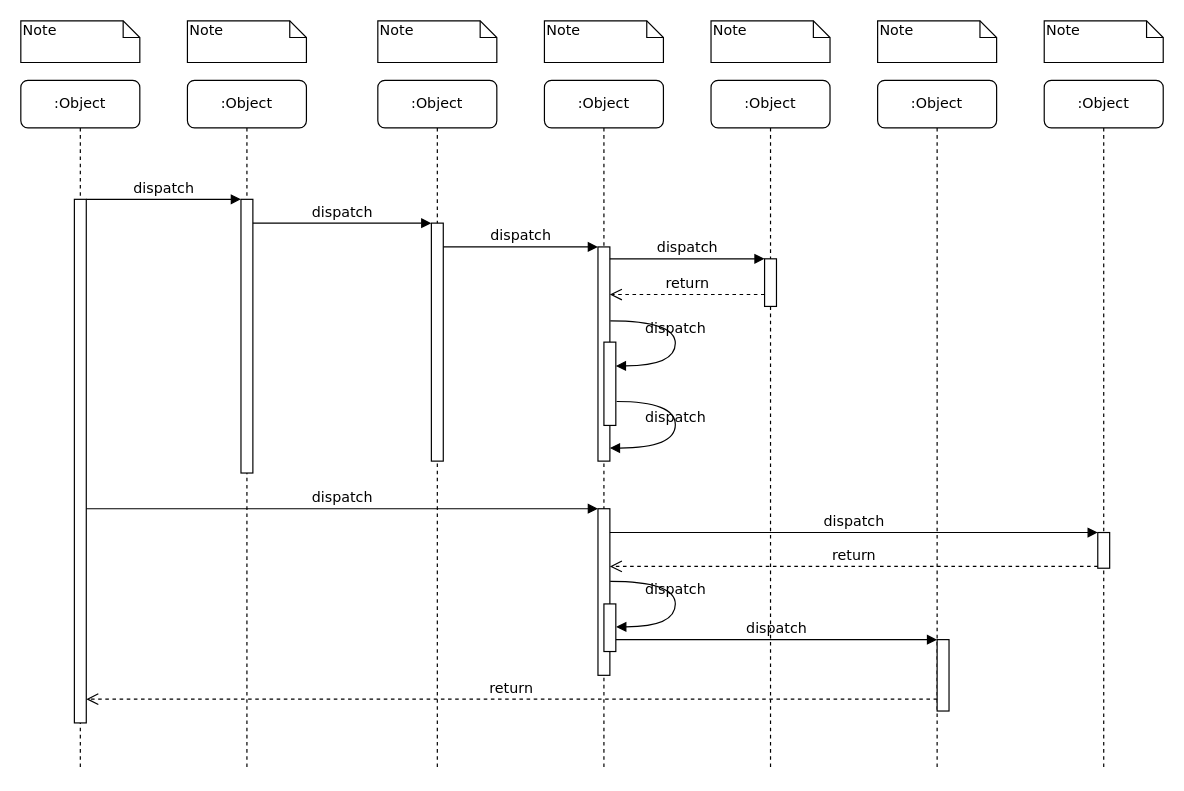
This is Диаграмма без названия.drawio from AleksandrChukhleb/test, a draw.io file, before an edit. Source tidied: cells renumbered, new cells numbered last; positions are measured from the earlier drawing's top-left corner, leaving out a move shared by most shapes. Both pictures are drawn from the tidied source at 119%, with x=0, y=0 at pixel (20, 20).
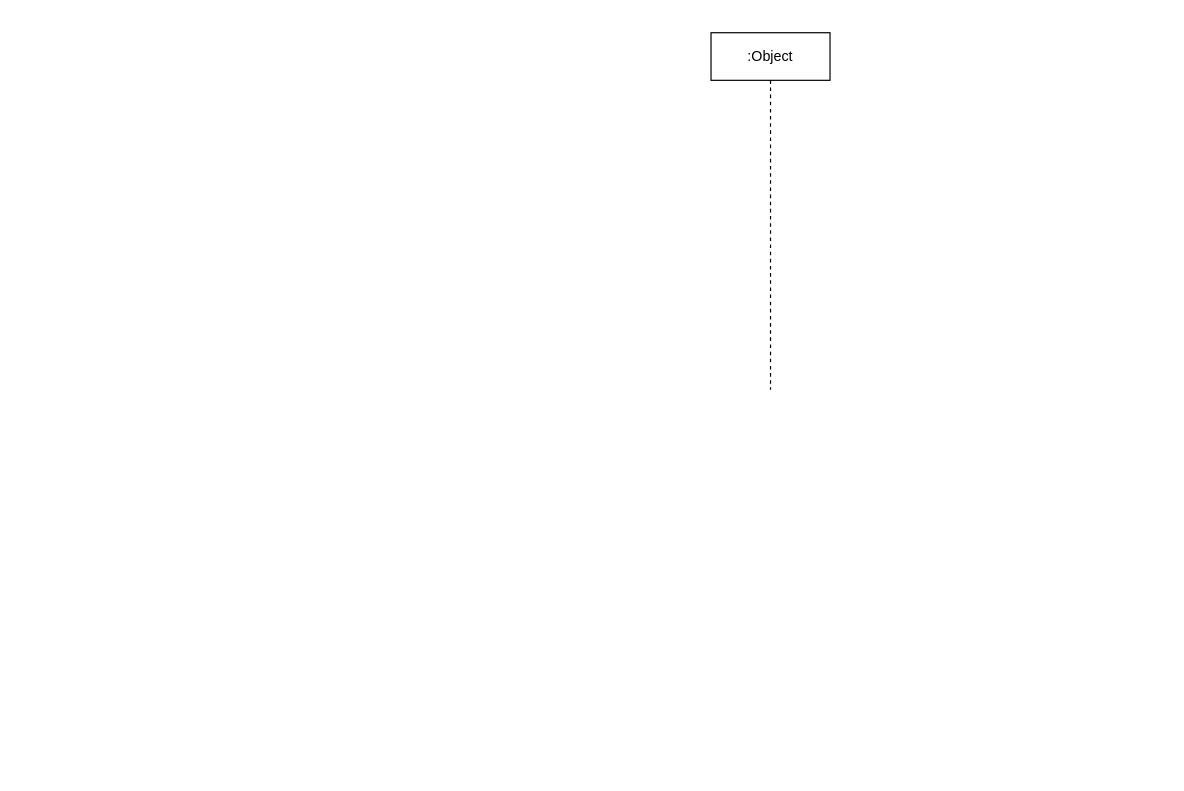
The same page after the edit.

Diff of the diagram source:
```diff
@@
-    <mxCell id="2" value=":Object" style="shape=umlLifeline;perimeter=lifelinePerimeter;whiteSpace=wrap;html=1;rounded=1;shadow=0;comic=0;labelBackgroundColor=none;strokeWidth=1;fontFamily=Verdana;fontSize=12;align=center;" parent="1" vertex="1">
-      <mxGeometry x="140" y="50" width="100" height="580" as="geometry" />
-    </mxCell>
-    <mxCell id="3" style="html=1;points=[];perimeter=orthogonalPerimeter;rounded=0;shadow=0;comic=0;labelBackgroundColor=none;strokeWidth=1;fontFamily=Verdana;fontSize=12;align=center;" parent="2" vertex="1">
-      <mxGeometry x="45" y="100" width="10" height="230" as="geometry" />
-    </mxCell>
-    <mxCell id="4" value=":Object" style="shape=umlLifeline;perimeter=lifelinePerimeter;whiteSpace=wrap;html=1;rounded=1;shadow=0;comic=0;labelBackgroundColor=none;strokeWidth=1;fontFamily=Verdana;fontSize=12;align=center;" parent="1" vertex="1">
-      <mxGeometry x="300" y="50" width="100" height="580" as="geometry" />
-    </mxCell>
-    <mxCell id="5" style="html=1;points=[];perimeter=orthogonalPerimeter;rounded=0;shadow=0;comic=0;labelBackgroundColor=none;strokeWidth=1;fontFamily=Verdana;fontSize=12;align=center;" parent="4" vertex="1">
-      <mxGeometry x="45" y="120" width="10" height="200" as="geometry" />
-    </mxCell>
-    <mxCell id="6" value=":Object" style="shape=umlLifeline;perimeter=lifelinePerimeter;whiteSpace=wrap;html=1;rounded=1;shadow=0;comic=0;labelBackgroundColor=none;strokeWidth=1;fontFamily=Verdana;fontSize=12;align=center;" parent="1" vertex="1">
-      <mxGeometry x="440" y="50" width="100" height="580" as="geometry" />
-    </mxCell>
-    <mxCell id="7" value=":Object" style="shape=umlLifeline;perimeter=lifelinePerimeter;whiteSpace=wrap;html=1;rounded=1;shadow=0;comic=0;labelBackgroundColor=none;strokeWidth=1;fontFamily=Verdana;fontSize=12;align=center;" parent="1" vertex="1">
-      <mxGeometry x="580" y="50" width="100" height="580" as="geometry" />
-    </mxCell>
-    <mxCell id="8" value=":Object" style="shape=umlLifeline;perimeter=lifelinePerimeter;whiteSpace=wrap;html=1;rounded=1;shadow=0;comic=0;labelBackgroundColor=none;strokeWidth=1;fontFamily=Verdana;fontSize=12;align=center;" parent="1" vertex="1">
-      <mxGeometry x="720" y="50" width="100" height="580" as="geometry" />
-    </mxCell>
-    <mxCell id="9" value=":Object" style="shape=umlLifeline;perimeter=lifelinePerimeter;whiteSpace=wrap;html=1;rounded=1;shadow=0;comic=0;labelBackgroundColor=none;strokeWidth=1;fontFamily=Verdana;fontSize=12;align=center;" parent="1" vertex="1">
-      <mxGeometry x="860" y="50" width="100" height="580" as="geometry" />
-    </mxCell>
-    <mxCell id="10" value=":Object" style="shape=umlLifeline;perimeter=lifelinePerimeter;whiteSpace=wrap;html=1;rounded=1;shadow=0;comic=0;labelBackgroundColor=none;strokeWidth=1;fontFamily=Verdana;fontSize=12;align=center;" parent="1" vertex="1">
-      <mxGeometry y="50" width="100" height="580" as="geometry" />
-    </mxCell>
-    <mxCell id="11" style="html=1;points=[];perimeter=orthogonalPerimeter;rounded=0;shadow=0;comic=0;labelBackgroundColor=none;strokeWidth=1;fontFamily=Verdana;fontSize=12;align=center;" parent="10" vertex="1">
-      <mxGeometry x="45" y="100" width="10" height="440" as="geometry" />
-    </mxCell>
-    <mxCell id="12" style="html=1;points=[];perimeter=orthogonalPerimeter;rounded=0;shadow=0;comic=0;labelBackgroundColor=none;strokeWidth=1;fontFamily=Verdana;fontSize=12;align=center;" parent="1" vertex="1">
-      <mxGeometry x="485" y="190" width="10" height="180" as="geometry" />
-    </mxCell>
-    <mxCell id="13" value="dispatch" style="html=1;verticalAlign=bottom;endArrow=block;labelBackgroundColor=none;fontFamily=Verdana;fontSize=12;edgeStyle=elbowEdgeStyle;elbow=vertical;" parent="1" edge="1" source="5" target="12">
-      <mxGeometry relative="1" as="geometry">
-        <Array as="points">
-          <mxPoint x="360" y="190" />
-        </Array>
-      </mxGeometry>
-    </mxCell>
-    <mxCell id="14" style="html=1;points=[];perimeter=orthogonalPerimeter;rounded=0;shadow=0;comic=0;labelBackgroundColor=none;strokeWidth=1;fontFamily=Verdana;fontSize=12;align=center;" parent="1" vertex="1">
-      <mxGeometry x="625" y="200" width="10" height="40" as="geometry" />
-    </mxCell>
-    <mxCell id="15" value="dispatch" style="html=1;verticalAlign=bottom;endArrow=block;entryX=0;entryY=0;labelBackgroundColor=none;fontFamily=Verdana;fontSize=12;edgeStyle=elbowEdgeStyle;elbow=vertical;" parent="1" edge="1" source="12" target="14">
-      <mxGeometry relative="1" as="geometry" />
-    </mxCell>
-    <mxCell id="16" value="return" style="html=1;verticalAlign=bottom;endArrow=open;dashed=1;endSize=8;labelBackgroundColor=none;fontFamily=Verdana;fontSize=12;edgeStyle=elbowEdgeStyle;elbow=vertical;" parent="1" edge="1" source="14" target="12">
-      <mxGeometry relative="1" as="geometry">
-        <Array as="points">
-          <mxPoint x="570" y="230" />
-          <mxPoint x="600" y="230" />
-        </Array>
-      </mxGeometry>
-    </mxCell>
-    <mxCell id="17" style="html=1;points=[];perimeter=orthogonalPerimeter;rounded=0;shadow=0;comic=0;labelBackgroundColor=none;strokeWidth=1;fontFamily=Verdana;fontSize=12;align=center;" parent="1" vertex="1">
-      <mxGeometry x="485" y="410" width="10" height="140" as="geometry" />
-    </mxCell>
-    <mxCell id="18" value="dispatch" style="html=1;verticalAlign=bottom;endArrow=block;entryX=0;entryY=0;labelBackgroundColor=none;fontFamily=Verdana;fontSize=12;" parent="1" edge="1" source="11" target="17">
-      <mxGeometry relative="1" as="geometry" />
-    </mxCell>
-    <mxCell id="19" style="html=1;points=[];perimeter=orthogonalPerimeter;rounded=0;shadow=0;comic=0;labelBackgroundColor=none;strokeColor=#000000;strokeWidth=1;fillColor=#FFFFFF;fontFamily=Verdana;fontSize=12;fontColor=#000000;align=center;" parent="1" vertex="1">
-      <mxGeometry x="905" y="430" width="10" height="30" as="geometry" />
-    </mxCell>
-    <mxCell id="20" value="dispatch" style="html=1;verticalAlign=bottom;endArrow=block;entryX=0;entryY=0;labelBackgroundColor=none;fontFamily=Verdana;fontSize=12;" parent="1" edge="1" source="17" target="19">
-      <mxGeometry relative="1" as="geometry" />
-    </mxCell>
-    <mxCell id="21" value="return" style="html=1;verticalAlign=bottom;endArrow=open;dashed=1;endSize=8;exitX=0;exitY=0.95;labelBackgroundColor=none;fontFamily=Verdana;fontSize=12;" parent="1" edge="1" source="19" target="17">
-      <mxGeometry relative="1" as="geometry" />
-    </mxCell>
-    <mxCell id="22" style="html=1;points=[];perimeter=orthogonalPerimeter;rounded=0;shadow=0;comic=0;labelBackgroundColor=none;strokeWidth=1;fontFamily=Verdana;fontSize=12;align=center;" parent="1" vertex="1">
-      <mxGeometry x="770" y="520" width="10" height="60" as="geometry" />
-    </mxCell>
-    <mxCell id="23" value="dispatch" style="html=1;verticalAlign=bottom;endArrow=block;entryX=0;entryY=0;labelBackgroundColor=none;fontFamily=Verdana;fontSize=12;edgeStyle=elbowEdgeStyle;elbow=vertical;" parent="1" edge="1" source="30" target="22">
-      <mxGeometry relative="1" as="geometry" />
-    </mxCell>
-    <mxCell id="24" value="return" style="html=1;verticalAlign=bottom;endArrow=open;dashed=1;endSize=8;labelBackgroundColor=none;fontFamily=Verdana;fontSize=12;edgeStyle=elbowEdgeStyle;elbow=vertical;" parent="1" edge="1" source="22" target="11">
-      <mxGeometry relative="1" as="geometry">
-        <Array as="points">
-          <mxPoint x="470" y="570" />
-        </Array>
-      </mxGeometry>
-    </mxCell>
-    <mxCell id="25" value="dispatch" style="html=1;verticalAlign=bottom;endArrow=block;entryX=0;entryY=0;labelBackgroundColor=none;fontFamily=Verdana;fontSize=12;edgeStyle=elbowEdgeStyle;elbow=vertical;" parent="1" edge="1" source="11" target="3">
-      <mxGeometry relative="1" as="geometry" />
-    </mxCell>
-    <mxCell id="26" value="dispatch" style="html=1;verticalAlign=bottom;endArrow=block;entryX=0;entryY=0;labelBackgroundColor=none;fontFamily=Verdana;fontSize=12;edgeStyle=elbowEdgeStyle;elbow=vertical;" parent="1" edge="1" source="3" target="5">
-      <mxGeometry relative="1" as="geometry" />
-    </mxCell>
-    <mxCell id="27" style="html=1;points=[];perimeter=orthogonalPerimeter;rounded=0;shadow=0;comic=0;labelBackgroundColor=none;strokeWidth=1;fontFamily=Verdana;fontSize=12;align=center;" parent="1" vertex="1">
-      <mxGeometry x="490" y="270" width="10" height="70" as="geometry" />
-    </mxCell>
-    <mxCell id="28" value="dispatch" style="html=1;verticalAlign=bottom;endArrow=block;labelBackgroundColor=none;fontFamily=Verdana;fontSize=12;elbow=vertical;edgeStyle=orthogonalEdgeStyle;curved=1;entryX=1;entryY=0.286;entryPerimeter=0;exitX=1.038;exitY=0.345;exitPerimeter=0;" parent="1" edge="1" source="12" target="27">
-      <mxGeometry relative="1" as="geometry">
-        <Array as="points">
-          <mxPoint x="550" y="252" />
-          <mxPoint x="550" y="290" />
-        </Array>
-      </mxGeometry>
-    </mxCell>
-    <mxCell id="29" value="dispatch" style="html=1;verticalAlign=bottom;endArrow=block;labelBackgroundColor=none;fontFamily=Verdana;fontSize=12;elbow=vertical;edgeStyle=orthogonalEdgeStyle;curved=1;exitX=1.066;exitY=0.713;exitPerimeter=0;" parent="1" edge="1" source="27">
-      <mxGeometry relative="1" as="geometry">
-        <mxPoint x="495" y="359" as="targetPoint" />
-        <Array as="points">
-          <mxPoint x="550" y="320" />
-          <mxPoint x="550" y="359" />
-        </Array>
-      </mxGeometry>
-    </mxCell>
-    <mxCell id="30" style="html=1;points=[];perimeter=orthogonalPerimeter;rounded=0;shadow=0;comic=0;labelBackgroundColor=none;strokeWidth=1;fontFamily=Verdana;fontSize=12;align=center;" parent="1" vertex="1">
-      <mxGeometry x="490" y="490" width="10" height="40" as="geometry" />
-    </mxCell>
-    <mxCell id="31" value="dispatch" style="html=1;verticalAlign=bottom;endArrow=block;labelBackgroundColor=none;fontFamily=Verdana;fontSize=12;elbow=vertical;edgeStyle=orthogonalEdgeStyle;curved=1;entryX=1;entryY=0.286;entryPerimeter=0;exitX=1.038;exitY=0.345;exitPerimeter=0;" parent="1" edge="1">
-      <mxGeometry relative="1" as="geometry">
-        <mxPoint x="495.3" y="471" as="sourcePoint" />
-        <mxPoint x="500.3" y="509.3" as="targetPoint" />
-        <Array as="points">
-          <mxPoint x="550" y="471" />
-          <mxPoint x="550" y="509" />
-        </Array>
-      </mxGeometry>
-    </mxCell>
-    <mxCell id="32" value="Note" style="shape=note;whiteSpace=wrap;html=1;size=14;verticalAlign=top;align=left;spacingTop=-6;rounded=0;shadow=0;comic=0;labelBackgroundColor=none;strokeWidth=1;fontFamily=Verdana;fontSize=12;" parent="1" vertex="1">
-      <mxGeometry width="100" height="35" as="geometry" />
-    </mxCell>
-    <mxCell id="33" value="Note" style="shape=note;whiteSpace=wrap;html=1;size=14;verticalAlign=top;align=left;spacingTop=-6;rounded=0;shadow=0;comic=0;labelBackgroundColor=none;strokeWidth=1;fontFamily=Verdana;fontSize=12;" parent="1" vertex="1">
-      <mxGeometry x="140" width="100" height="35" as="geometry" />
-    </mxCell>
-    <mxCell id="34" value="Note" style="shape=note;whiteSpace=wrap;html=1;size=14;verticalAlign=top;align=left;spacingTop=-6;rounded=0;shadow=0;comic=0;labelBackgroundColor=none;strokeWidth=1;fontFamily=Verdana;fontSize=12;" parent="1" vertex="1">
-      <mxGeometry x="300" width="100" height="35" as="geometry" />
-    </mxCell>
-    <mxCell id="35" value="Note" style="shape=note;whiteSpace=wrap;html=1;size=14;verticalAlign=top;align=left;spacingTop=-6;rounded=0;shadow=0;comic=0;labelBackgroundColor=none;strokeWidth=1;fontFamily=Verdana;fontSize=12;" parent="1" vertex="1">
-      <mxGeometry x="440" width="100" height="35" as="geometry" />
-    </mxCell>
-    <mxCell id="36" value="Note" style="shape=note;whiteSpace=wrap;html=1;size=14;verticalAlign=top;align=left;spacingTop=-6;rounded=0;shadow=0;comic=0;labelBackgroundColor=none;strokeWidth=1;fontFamily=Verdana;fontSize=12;" parent="1" vertex="1">
-      <mxGeometry x="580" width="100" height="35" as="geometry" />
-    </mxCell>
-    <mxCell id="37" value="Note" style="shape=note;whiteSpace=wrap;html=1;size=14;verticalAlign=top;align=left;spacingTop=-6;rounded=0;shadow=0;comic=0;labelBackgroundColor=none;strokeWidth=1;fontFamily=Verdana;fontSize=12;" parent="1" vertex="1">
-      <mxGeometry x="720" width="100" height="35" as="geometry" />
-    </mxCell>
-    <mxCell id="38" value="Note" style="shape=note;whiteSpace=wrap;html=1;size=14;verticalAlign=top;align=left;spacingTop=-6;rounded=0;shadow=0;comic=0;labelBackgroundColor=none;strokeWidth=1;fontFamily=Verdana;fontSize=12;" parent="1" vertex="1">
-      <mxGeometry x="860" width="100" height="35" as="geometry" />
-    </mxCell>
+    <mxCell id="39" value=":Object" style="shape=umlLifeline;perimeter=lifelinePerimeter;whiteSpace=wrap;html=1;newEdgeStyle={&quot;curved&quot;:0,&quot;rounded&quot;:0};" parent="1" vertex="1">
+      <mxGeometry x="580" y="10" width="100" height="300" as="geometry" />
+    </mxCell>
```
